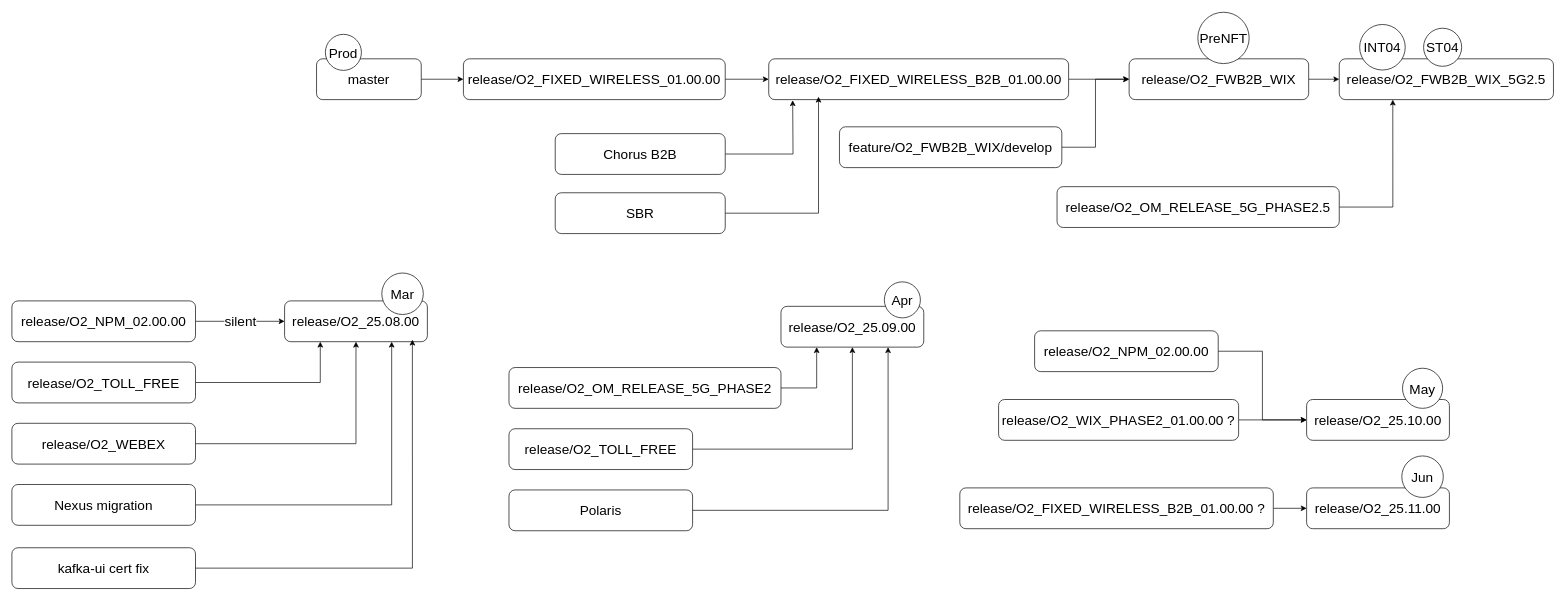
Above: sparknz_branches.drawio in huangdgm/drawio (draw.io), before the change. Source tidied: cells renumbered, new cells numbered last; positions are measured from the earlier drawing's top-left corner, leaving out a move shared by most shapes. Both pictures are drawn from the tidied source at 68%, with x=0, y=0 at pixel (12, 12).
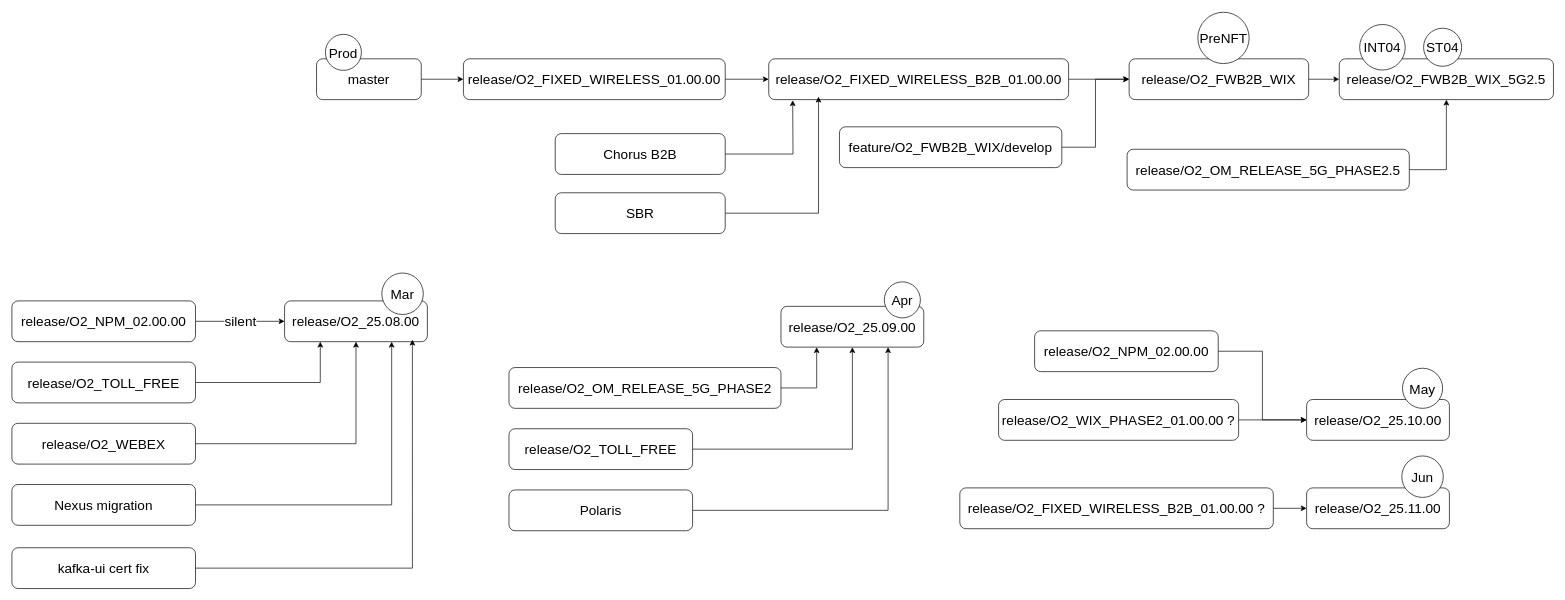
After the change.

The change refers to these unchanged cells:
```xml
<mxCell id="8" value="release/O2_FWB2B_WIX_5G2.5" style="rounded=1;whiteSpace=wrap;html=1;fontSize=20;" parent="1" vertex="1">
  <mxGeometry x="1952" y="68" width="315" height="60" as="geometry" />
</mxCell>
```

Change to the diagram source:
```diff
@@
-    <mxCell id="34" style="edgeStyle=orthogonalEdgeStyle;rounded=0;jettySize=auto;html=1;exitX=1;exitY=0.5;exitDx=0;exitDy=0;entryX=0.25;entryY=1;entryDx=0;entryDy=0;fontSize=20;" parent="1" edge="1" source="35" target="8">
+    <mxCell id="34" style="edgeStyle=orthogonalEdgeStyle;rounded=0;jettySize=auto;html=1;exitX=1;exitY=0.5;exitDx=0;exitDy=0;entryX=0.5;entryY=1;entryDx=0;entryDy=0;fontSize=20;" parent="1" edge="1" source="35" target="8">
       <mxGeometry relative="1" as="geometry" />
     </mxCell>
     <mxCell id="35" value="release/O2_OM_RELEASE_5G_PHASE2.5" style="rounded=1;whiteSpace=wrap;html=1;fontSize=20;" parent="1" vertex="1">
-      <mxGeometry x="1537" y="256" width="415" height="60" as="geometry" />
+      <mxGeometry x="1640" y="201" width="415" height="60" as="geometry" />
     </mxCell>
```
